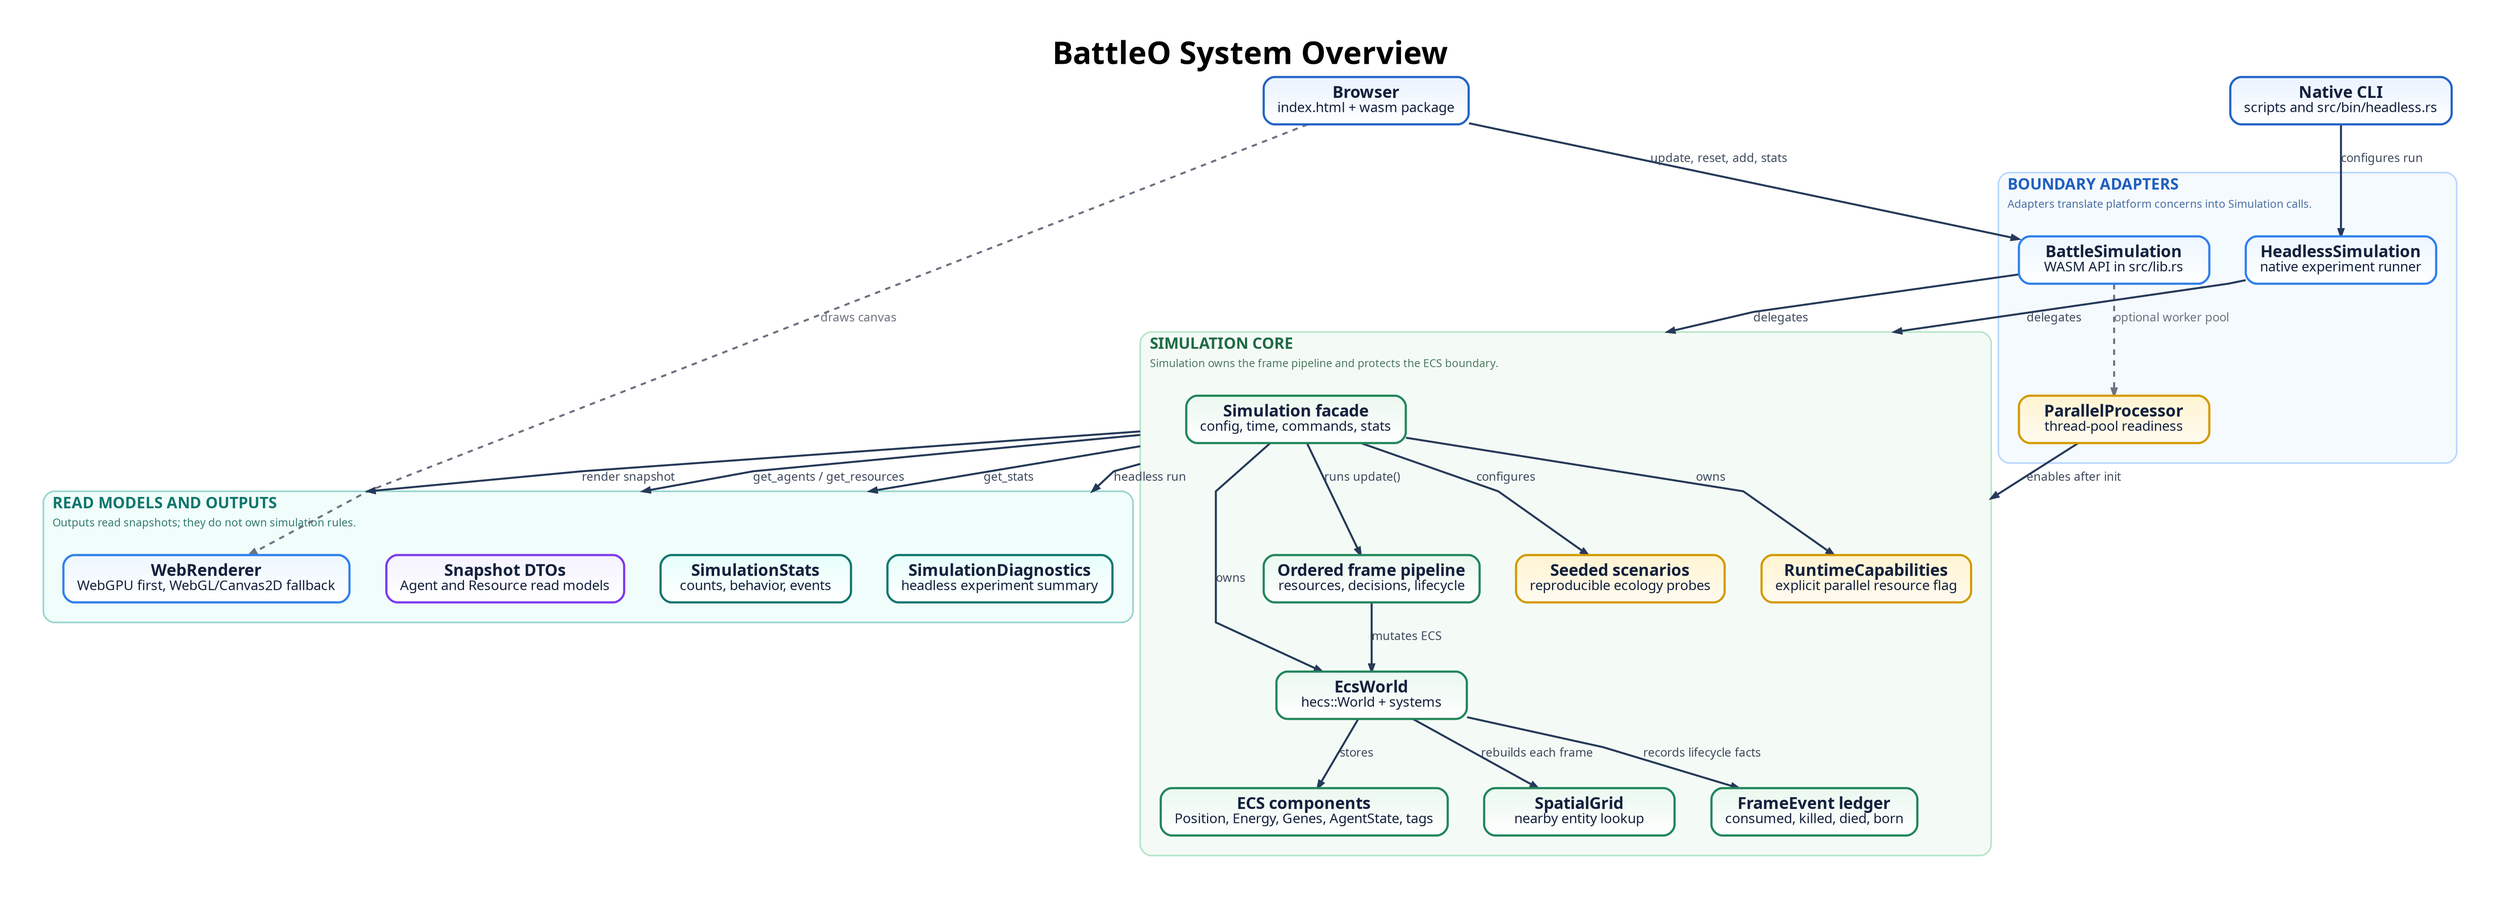
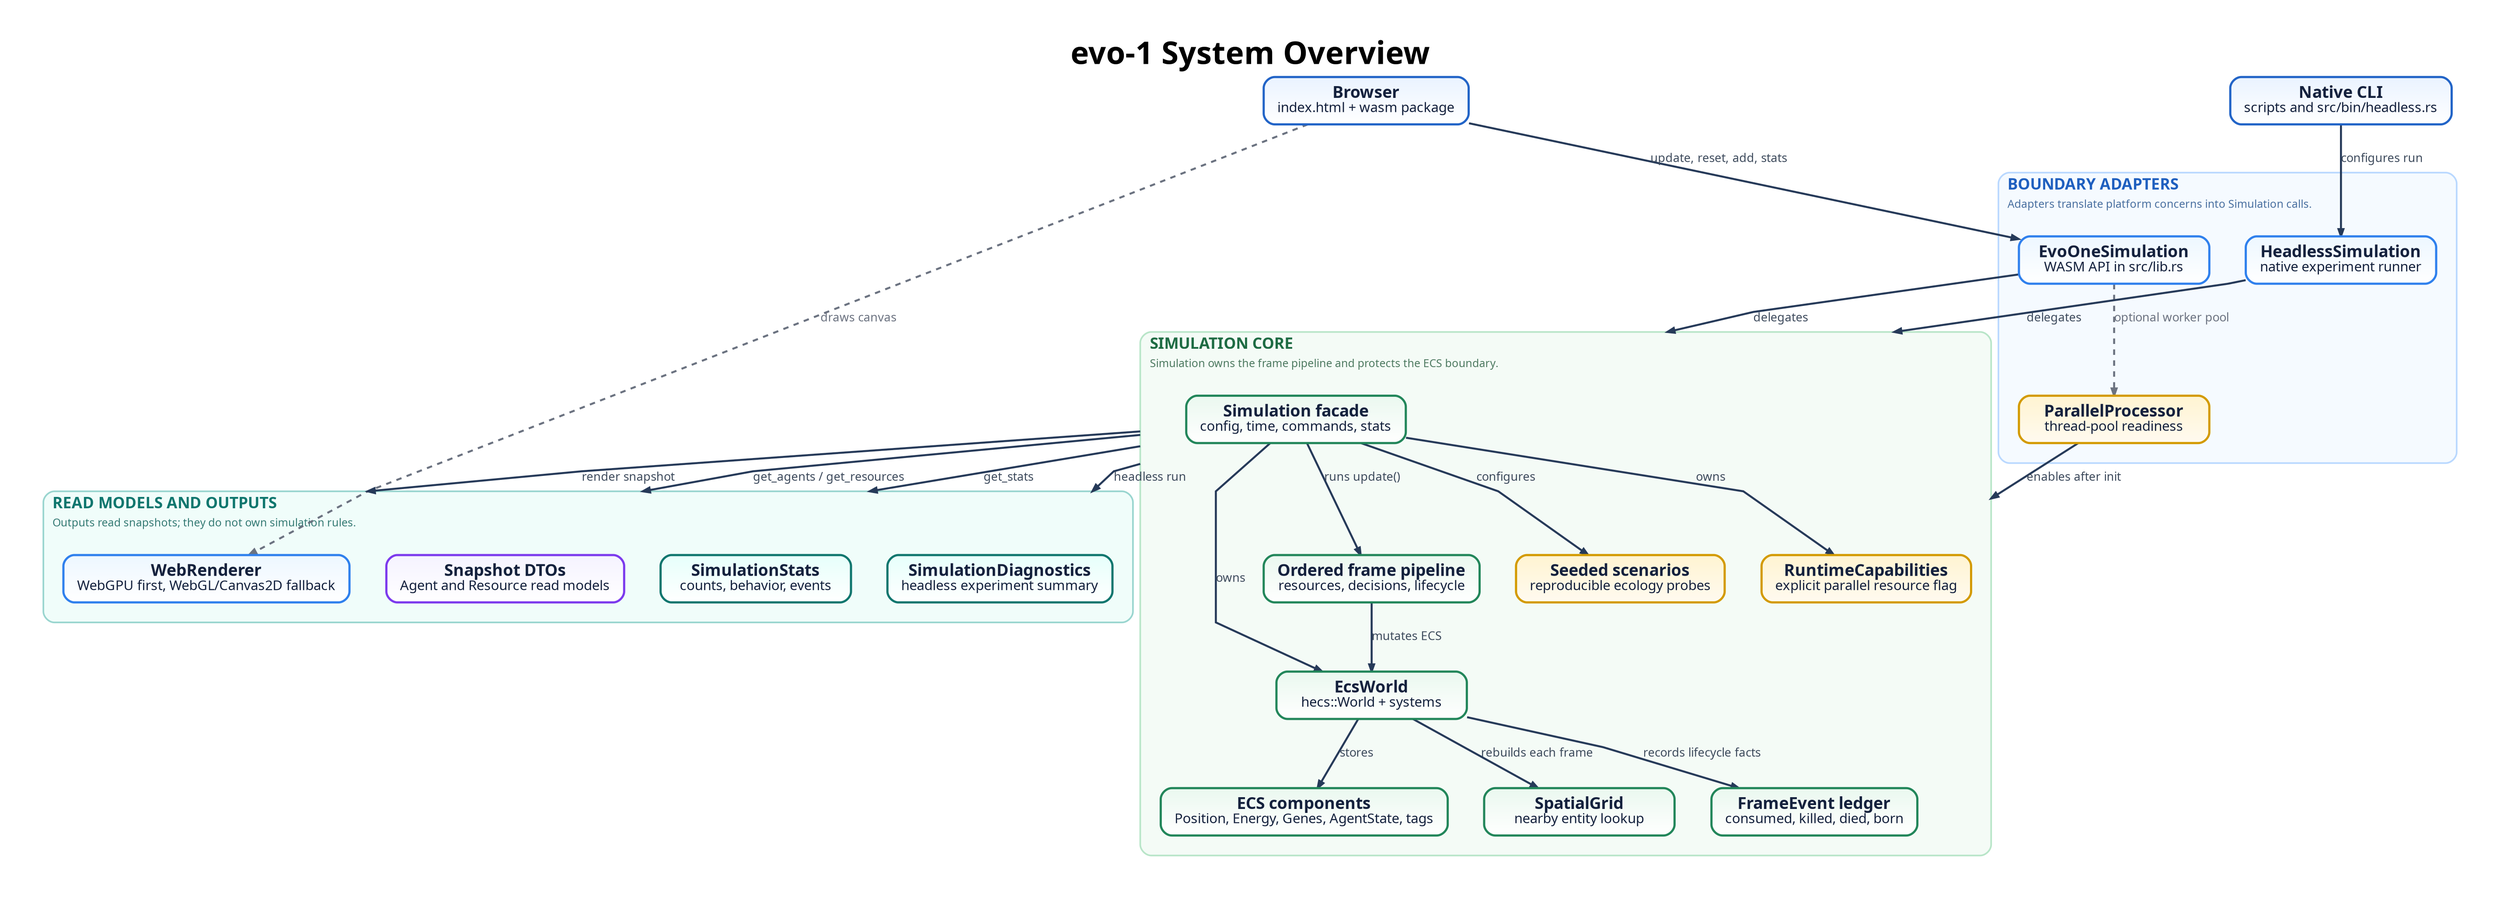
- digraph BattleOSystemOverview {
+ digraph EvoOneSystemOverview {
  graph [
    rankdir=TB,
    bgcolor="#ffffff",
    pad="0.55",
    nodesep="0.55",
    ranksep="0.85",
    splines=polyline,
    outputorder=edgesfirst,
    compound=true,
    newrank=true,
    forcelabels=true,
    fontname="Avenir",
    label=<
      <TABLE BORDER="0" CELLBORDER="0" CELLSPACING="0" CELLPADDING="0">
-         <TR><TD><FONT POINT-SIZE="34"><B>BattleO System Overview</B></FONT></TD></TR>
+         <TR><TD><FONT POINT-SIZE="34"><B>evo-1 System Overview</B></FONT></TD></TR>
      </TABLE>
    >,
    labelloc=t,
    labeljust=c
  ];

  node [
    shape=box,
    style="rounded,filled",
    margin="0.21,0.13",
    width=2.90,
    height=0.72,
    fixedsize=false,
    fontname="Avenir",
    fontsize=18,
    penwidth=2.4,
    fontcolor="#14213d",
    color="#2264c7",
    fillcolor="#eaf3ff:#ffffff",
    gradientangle=270
  ];

  edge [
    color="#263a59",
    fontname="Avenir",
    fontsize=13,
    fontcolor="#3d4a5c",
    penwidth=2.2,
    arrowsize=0.78
  ];

  browser [label=<<B>Browser</B><BR/><FONT POINT-SIZE="15">index.html + wasm package</FONT>>];
  cli [label=<<B>Native CLI</B><BR/><FONT POINT-SIZE="15">scripts and src/bin/headless.rs</FONT>>];

  subgraph cluster_adapters {
    graph [
      label=<
        <TABLE BORDER="0" CELLBORDER="0" CELLSPACING="0" CELLPADDING="2">
          <TR><TD ALIGN="LEFT"><FONT POINT-SIZE="17" COLOR="#1f5fbf"><B>BOUNDARY ADAPTERS</B></FONT></TD></TR>
          <TR><TD ALIGN="LEFT"><FONT POINT-SIZE="12" COLOR="#496f9f">Adapters translate platform concerns into Simulation calls.</FONT></TD></TR>
        </TABLE>
      >,
      labelloc=t,
      labeljust=l,
      color="#b9d8ff",
      fillcolor="#f5faff",
      style="rounded,filled",
      penwidth=1.8,
      margin=22
    ];

-     wasm_adapter [label=<<B>BattleSimulation</B><BR/><FONT POINT-SIZE="15">WASM API in src/lib.rs</FONT>>, fillcolor="#edf7ff:#ffffff", color="#2f80ed"];
+     wasm_adapter [label=<<B>EvoOneSimulation</B><BR/><FONT POINT-SIZE="15">WASM API in src/lib.rs</FONT>>, fillcolor="#edf7ff:#ffffff", color="#2f80ed"];
    parallel_adapter [label=<<B>ParallelProcessor</B><BR/><FONT POINT-SIZE="15">thread-pool readiness</FONT>>, fillcolor="#fff4d1:#fffaf0", color="#d39a00"];
    headless_adapter [label=<<B>HeadlessSimulation</B><BR/><FONT POINT-SIZE="15">native experiment runner</FONT>>, fillcolor="#edf7ff:#ffffff", color="#2f80ed"];

    wasm_adapter -> parallel_adapter [label="optional worker pool", style=dashed, color="#6b7280", fontcolor="#6b7280"];
  }

  subgraph cluster_core {
    graph [
      label=<
        <TABLE BORDER="0" CELLBORDER="0" CELLSPACING="0" CELLPADDING="2">
          <TR><TD ALIGN="LEFT"><FONT POINT-SIZE="17" COLOR="#1e6b43"><B>SIMULATION CORE</B></FONT></TD></TR>
          <TR><TD ALIGN="LEFT"><FONT POINT-SIZE="12" COLOR="#4e7a61">Simulation owns the frame pipeline and protects the ECS boundary.</FONT></TD></TR>
        </TABLE>
      >,
      labelloc=t,
      labeljust=l,
      color="#b8e5c8",
      fillcolor="#f4fbf6",
      style="rounded,filled",
      penwidth=1.8,
      margin=22
    ];

    simulation [label=<<B>Simulation facade</B><BR/><FONT POINT-SIZE="15">config, time, commands, stats</FONT>>, fillcolor="#eaf8ef:#ffffff", color="#22865a"];
    seeded_scenarios [label=<<B>Seeded scenarios</B><BR/><FONT POINT-SIZE="15">reproducible ecology probes</FONT>>, fillcolor="#fff4d1:#fffaf0", color="#d39a00"];
    capabilities [label=<<B>RuntimeCapabilities</B><BR/><FONT POINT-SIZE="15">explicit parallel resource flag</FONT>>, fillcolor="#fff4d1:#fffaf0", color="#d39a00"];
    world [label=<<B>EcsWorld</B><BR/><FONT POINT-SIZE="15">hecs::World + systems</FONT>>, fillcolor="#eaf8ef:#ffffff", color="#22865a"];
    components [label=<<B>ECS components</B><BR/><FONT POINT-SIZE="15">Position, Energy, Genes, AgentState, tags</FONT>>, fillcolor="#eaf8ef:#ffffff", color="#22865a"];
    spatial_grid [label=<<B>SpatialGrid</B><BR/><FONT POINT-SIZE="15">nearby entity lookup</FONT>>, fillcolor="#eaf8ef:#ffffff", color="#22865a"];
    events [label=<<B>FrameEvent ledger</B><BR/><FONT POINT-SIZE="15">consumed, killed, died, born</FONT>>, fillcolor="#eaf8ef:#ffffff", color="#22865a"];
    frame_pipeline [label=<<B>Ordered frame pipeline</B><BR/><FONT POINT-SIZE="15">resources, decisions, lifecycle</FONT>>, fillcolor="#eaf8ef:#ffffff", color="#22865a"];

    simulation -> world [label="owns"];
    simulation -> seeded_scenarios [label="configures"];
    simulation -> capabilities [label="owns"];
    world -> components [label="stores"];
    world -> spatial_grid [label="rebuilds each frame"];
    world -> events [label="records lifecycle facts"];
    simulation -> frame_pipeline [label="runs update()"];
    frame_pipeline -> world [label="mutates ECS"];
  }

  subgraph cluster_outputs {
    graph [
      label=<
        <TABLE BORDER="0" CELLBORDER="0" CELLSPACING="0" CELLPADDING="2">
          <TR><TD ALIGN="LEFT"><FONT POINT-SIZE="17" COLOR="#0f766e"><B>READ MODELS AND OUTPUTS</B></FONT></TD></TR>
          <TR><TD ALIGN="LEFT"><FONT POINT-SIZE="12" COLOR="#357a74">Outputs read snapshots; they do not own simulation rules.</FONT></TD></TR>
        </TABLE>
      >,
      labelloc=t,
      labeljust=l,
      color="#99d5cf",
      fillcolor="#f0fdfa",
      style="rounded,filled",
      penwidth=1.8,
      margin=22
    ];

    renderer [label=<<B>WebRenderer</B><BR/><FONT POINT-SIZE="15">WebGPU first, WebGL/Canvas2D fallback</FONT>>, fillcolor="#edf7ff:#ffffff", color="#2f80ed"];
    stats [label=<<B>SimulationStats</B><BR/><FONT POINT-SIZE="15">counts, behavior, events</FONT>>, fillcolor="#e6fffb:#ffffff", color="#0f766e"];
    diagnostics [label=<<B>SimulationDiagnostics</B><BR/><FONT POINT-SIZE="15">headless experiment summary</FONT>>, fillcolor="#e6fffb:#ffffff", color="#0f766e"];
    dto [label=<<B>Snapshot DTOs</B><BR/><FONT POINT-SIZE="15">Agent and Resource read models</FONT>>, fillcolor="#f5f3ff:#ffffff", color="#7c3aed"];
  }

  browser -> wasm_adapter [label="update, reset, add, stats"];
  browser -> renderer [label="draws canvas", style=dashed, color="#6b7280", fontcolor="#6b7280"];
  cli -> headless_adapter [label="configures run"];

  wasm_adapter -> simulation [lhead=cluster_core, label="delegates"];
  headless_adapter -> simulation [lhead=cluster_core, label="delegates"];
  parallel_adapter -> capabilities [lhead=cluster_core, label="enables after init"];

  simulation -> renderer [ltail=cluster_core, lhead=cluster_outputs, label="render snapshot"];
  simulation -> stats [ltail=cluster_core, lhead=cluster_outputs, label="get_stats"];
  simulation -> diagnostics [ltail=cluster_core, lhead=cluster_outputs, label="headless run"];
  simulation -> dto [ltail=cluster_core, lhead=cluster_outputs, label="get_agents / get_resources"];
}
